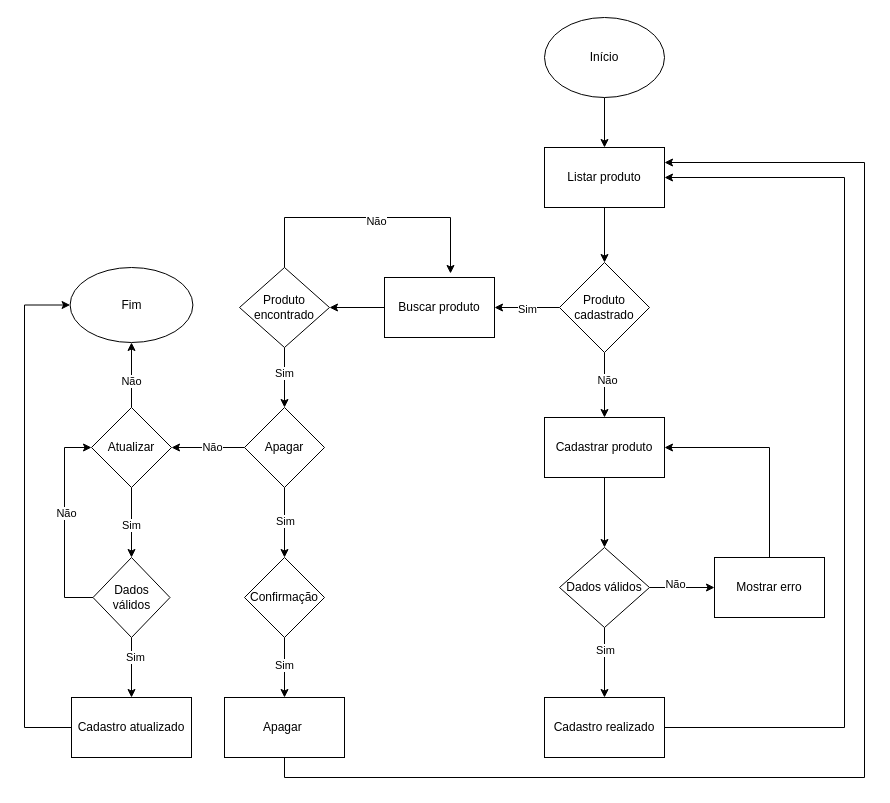
juliareis14/avatar.app keeps this draw.io diagram as page "Página-4" (4 of 9) of DOC/fluxograma.drawio. Above is the earlier version. Source tidied: cells renumbered, new cells numbered last; positions are measured from the earlier drawing's top-left corner, leaving out a move shared by most shapes. Both pictures are drawn from the tidied source at 100%, with x=0, y=0 at pixel (24, 17).
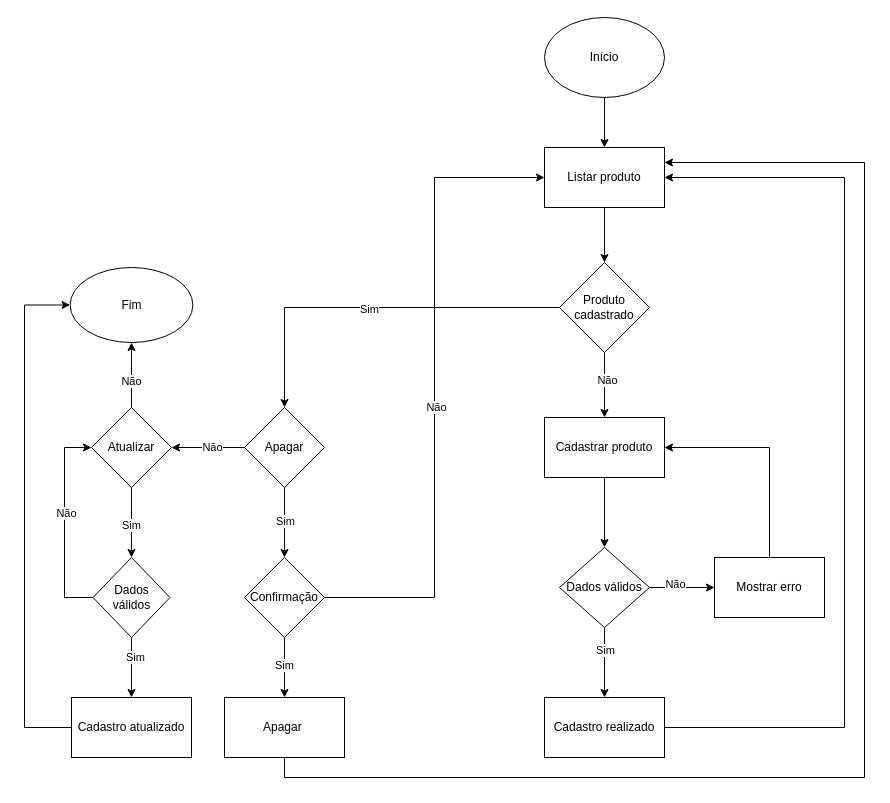
Above is the later version.

Unchanged cells that the change refers to:
```xml
<mxCell id="5" value="Listar produto" style="whiteSpace=wrap;html=1;" parent="1" vertex="1">
  <mxGeometry x="520" y="130" width="120" height="60" as="geometry" />
</mxCell>
<mxCell id="10" value="Produto cadastrado" style="rhombus;whiteSpace=wrap;html=1;" parent="1" vertex="1">
  <mxGeometry x="535" y="245" width="90" height="90" as="geometry" />
</mxCell>
<mxCell id="31" value="Apagar" style="rhombus;whiteSpace=wrap;html=1;" parent="1" vertex="1">
  <mxGeometry x="220" y="390" width="80" height="80" as="geometry" />
</mxCell>
<mxCell id="34" value="Confirmação" style="rhombus;whiteSpace=wrap;html=1;" parent="1" vertex="1">
  <mxGeometry x="220" y="540" width="80" height="80" as="geometry" />
</mxCell>
```

Diff of the diagram source:
```diff
@@
-    <mxCell id="8" style="edgeStyle=orthogonalEdgeStyle;rounded=0;jettySize=auto;html=1;" parent="1" edge="1" source="10" target="14">
+    <mxCell id="8" style="edgeStyle=orthogonalEdgeStyle;rounded=0;jettySize=auto;html=1;entryX=0.5;entryY=0;entryDx=0;entryDy=0;" parent="1" edge="1" source="10" target="31">
       <mxGeometry relative="1" as="geometry" />
     </mxCell>
@@
-    <mxCell id="13" style="edgeStyle=orthogonalEdgeStyle;rounded=0;jettySize=auto;html=1;" parent="1" edge="1" source="14" target="26">
-      <mxGeometry relative="1" as="geometry" />
-    </mxCell>
-    <mxCell id="14" value="Buscar produto" style="whiteSpace=wrap;html=1;" parent="1" vertex="1">
-      <mxGeometry x="360" y="260" width="110" height="60" as="geometry" />
-    </mxCell>
@@
-    <mxCell id="24" style="edgeStyle=orthogonalEdgeStyle;rounded=0;jettySize=auto;html=1;" parent="1" edge="1" source="26" target="31">
-      <mxGeometry relative="1" as="geometry" />
-    </mxCell>
-    <mxCell id="25" value="Sim" style="edgeLabel;html=1;align=center;verticalAlign=middle;" parent="24" vertex="1">
-      <mxGeometry x="-0.17" y="-1" relative="1" as="geometry" />
-    </mxCell>
-    <mxCell id="26" value="Produto encontrado" style="rhombus;whiteSpace=wrap;html=1;" parent="1" vertex="1">
-      <mxGeometry x="215" y="250" width="90" height="80" as="geometry" />
-    </mxCell>
@@
+    <mxCell id="53" style="edgeStyle=orthogonalEdgeStyle;rounded=0;jettySize=auto;html=1;exitX=1;exitY=0.5;exitDx=0;exitDy=0;entryX=0;entryY=0.5;entryDx=0;entryDy=0;" parent="1" edge="1" source="34" target="5">
+      <mxGeometry relative="1" as="geometry" />
+    </mxCell>
+    <mxCell id="36" value="Não" style="edgeLabel;html=1;align=center;verticalAlign=middle;" parent="53" vertex="1">
+      <mxGeometry x="-0.06" y="-1" relative="1" as="geometry" />
+    </mxCell>
@@
-    <mxCell id="35" style="edgeStyle=orthogonalEdgeStyle;rounded=0;jettySize=auto;html=1;entryX=0.6;entryY=-0.067;entryDx=0;entryDy=0;entryPerimeter=0;" parent="1" edge="1" source="26" target="14">
-      <mxGeometry relative="1" as="geometry">
-        <Array as="points">
-          <mxPoint x="260" y="200" />
-          <mxPoint x="426" y="200" />
-        </Array>
-      </mxGeometry>
-    </mxCell>
-    <mxCell id="36" value="Não" style="edgeLabel;html=1;align=center;verticalAlign=middle;" parent="35" vertex="1">
-      <mxGeometry x="0.04" y="-3" relative="1" as="geometry" />
-    </mxCell>
```
